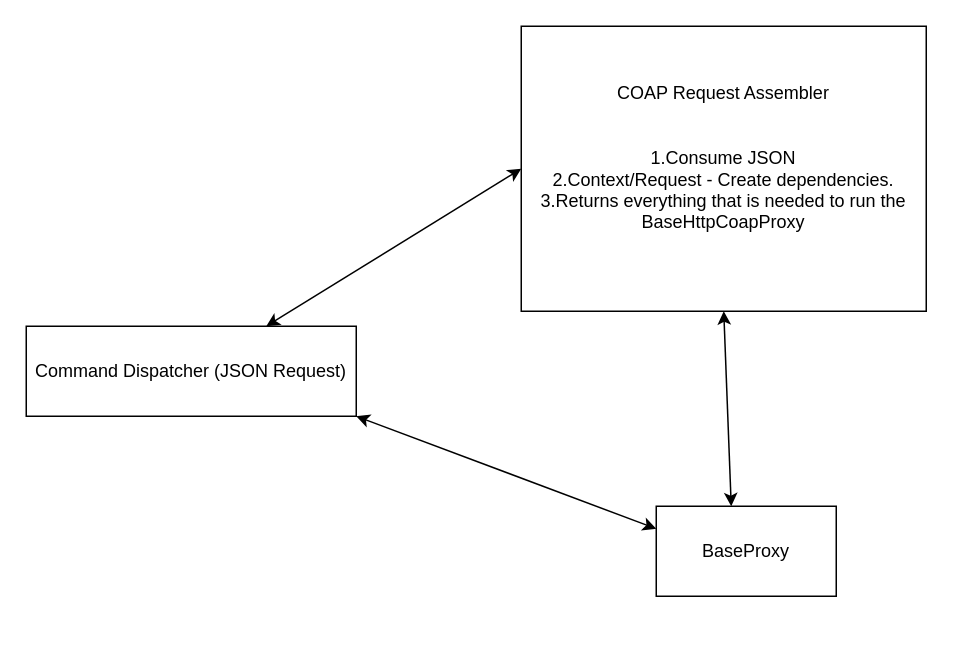
Earlier version of the draw.io diagram Topic Flow.drawio (anshuldevmehta/RandomDiagrams). Source tidied: cells renumbered, new cells numbered last; positions are measured from the earlier drawing's top-left corner, leaving out a move shared by most shapes. Both pictures are drawn from the tidied source at 150%, with x=0, y=0 at pixel (26, 26).
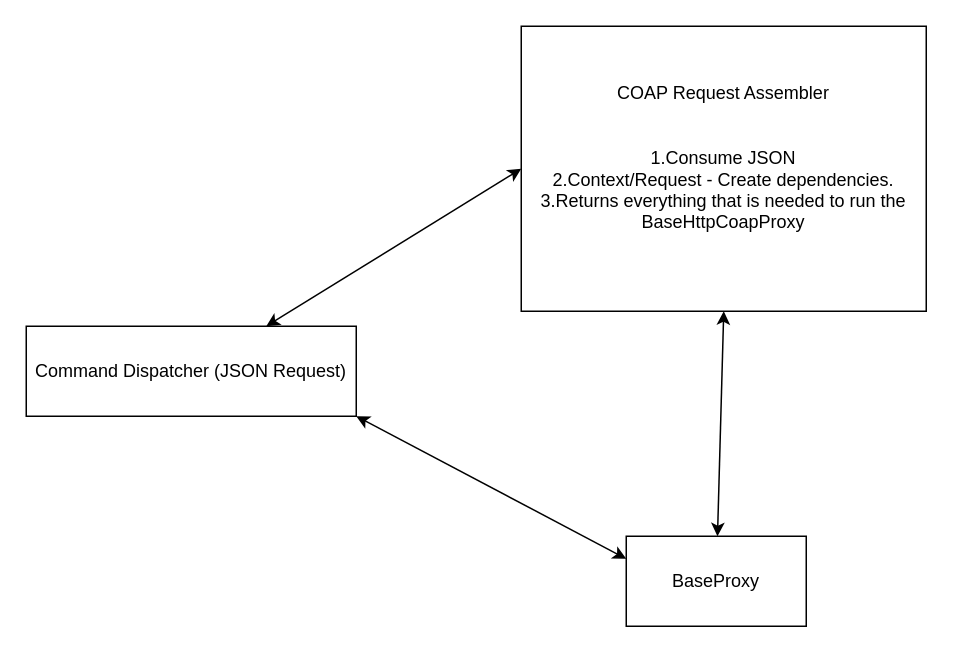
The same page after the edit.

What changed in the source:
```diff
@@
 <mxGraphModel>
   <root>
     <mxCell id="0" />
     <mxCell id="1" parent="0" />
     <mxCell id="2" value="Command Dispatcher (JSON Request)" style="rounded=0;whiteSpace=wrap;html=1;" parent="1" vertex="1">
       <mxGeometry y="200" width="220" height="60" as="geometry" />
     </mxCell>
     <mxCell id="3" value="&lt;div&gt;COAP Request Assembler&lt;/div&gt;&lt;div&gt;&lt;br&gt;&lt;/div&gt;&lt;div&gt;&lt;br&gt;&lt;/div&gt;&lt;div&gt;1.Consume JSON&lt;/div&gt;&lt;div&gt;2.Context/Request - Create dependencies.&lt;/div&gt;&lt;div&gt;3.Returns everything that is needed to run the BaseHttpCoapProxy&lt;/div&gt;&lt;div&gt;&lt;br&gt;&lt;/div&gt;" style="rounded=0;whiteSpace=wrap;html=1;" parent="1" vertex="1">
       <mxGeometry x="330" width="270" height="190" as="geometry" />
     </mxCell>
     <mxCell id="4" style="endArrow=classic;startArrow=classic;html=1;rounded=0;entryX=0;entryY=0.5;entryDx=0;entryDy=0;" parent="1" edge="1" target="3">
       <mxGeometry relative="1" as="geometry">
         <mxPoint x="160" y="200" as="sourcePoint" />
       </mxGeometry>
     </mxCell>
     <mxCell id="5" value="BaseProxy" style="rounded=0;whiteSpace=wrap;html=1;" parent="1" vertex="1">
-      <mxGeometry x="420" y="320" width="120" height="60" as="geometry" />
+      <mxGeometry x="400" y="340" width="120" height="60" as="geometry" />
     </mxCell>
     <mxCell id="6" style="endArrow=classic;startArrow=classic;html=1;rounded=0;entryX=0;entryY=0.25;entryDx=0;entryDy=0;" parent="1" edge="1" target="5">
       <mxGeometry relative="1" as="geometry">
         <mxPoint x="220" y="260" as="sourcePoint" />
       </mxGeometry>
     </mxCell>
-    <mxCell id="7" style="endArrow=classic;startArrow=classic;html=1;rounded=0;entryX=0.5;entryY=1;entryDx=0;entryDy=0;" parent="1" edge="1" target="3">
-      <mxGeometry relative="1" as="geometry">
-        <mxPoint x="470" y="320" as="sourcePoint" />
-      </mxGeometry>
+    <mxCell id="7" style="endArrow=classic;startArrow=classic;html=1;rounded=0;entryX=0.5;entryY=1;entryDx=0;entryDy=0;" parent="1" edge="1" source="5" target="3">
+      <mxGeometry relative="1" as="geometry" />
     </mxCell>
   </root>
 </mxGraphModel>
```
